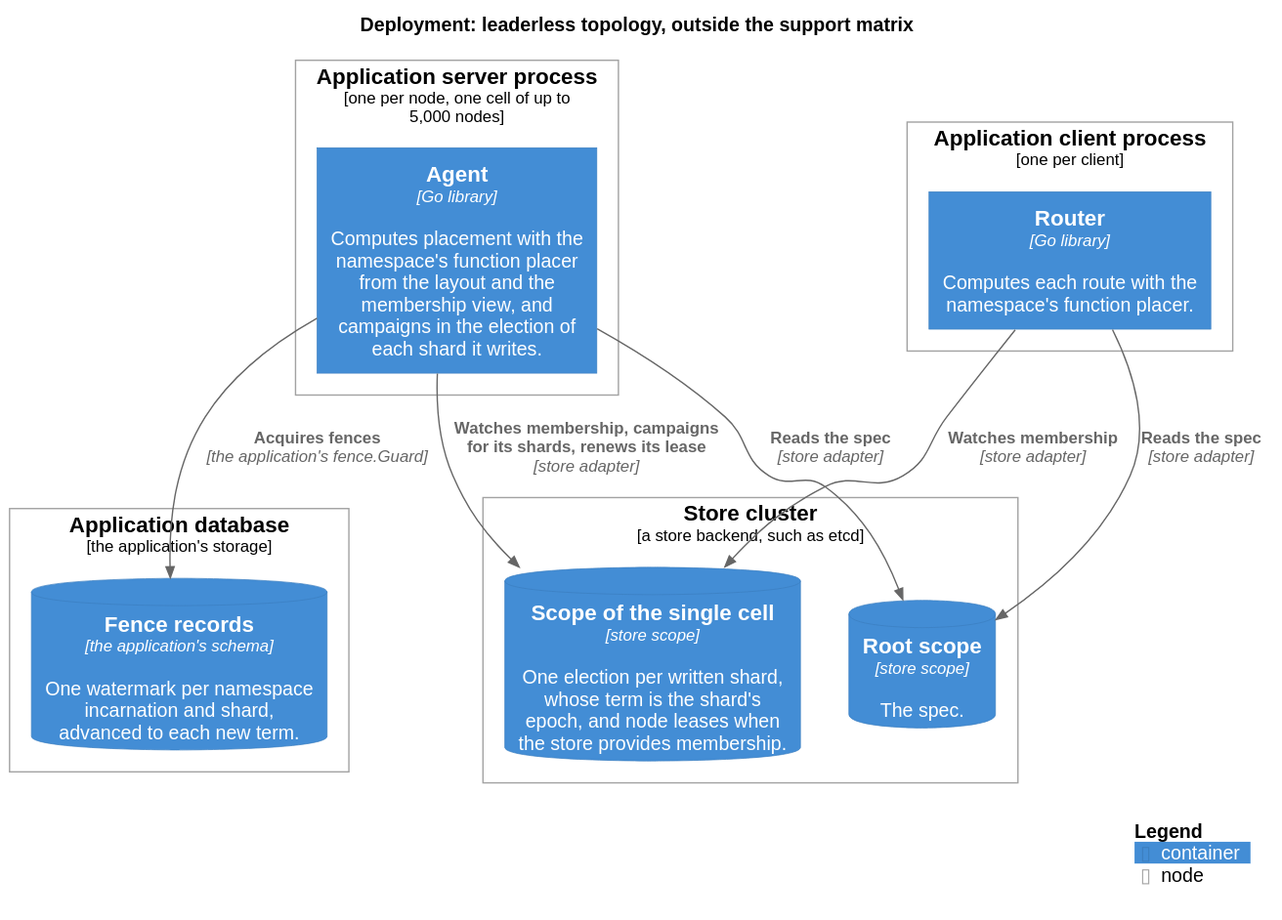
thesm-os/sharder keeps this PlantUML diagram as docs/c4/deployment/leaderless.svg. Above is the earlier version.
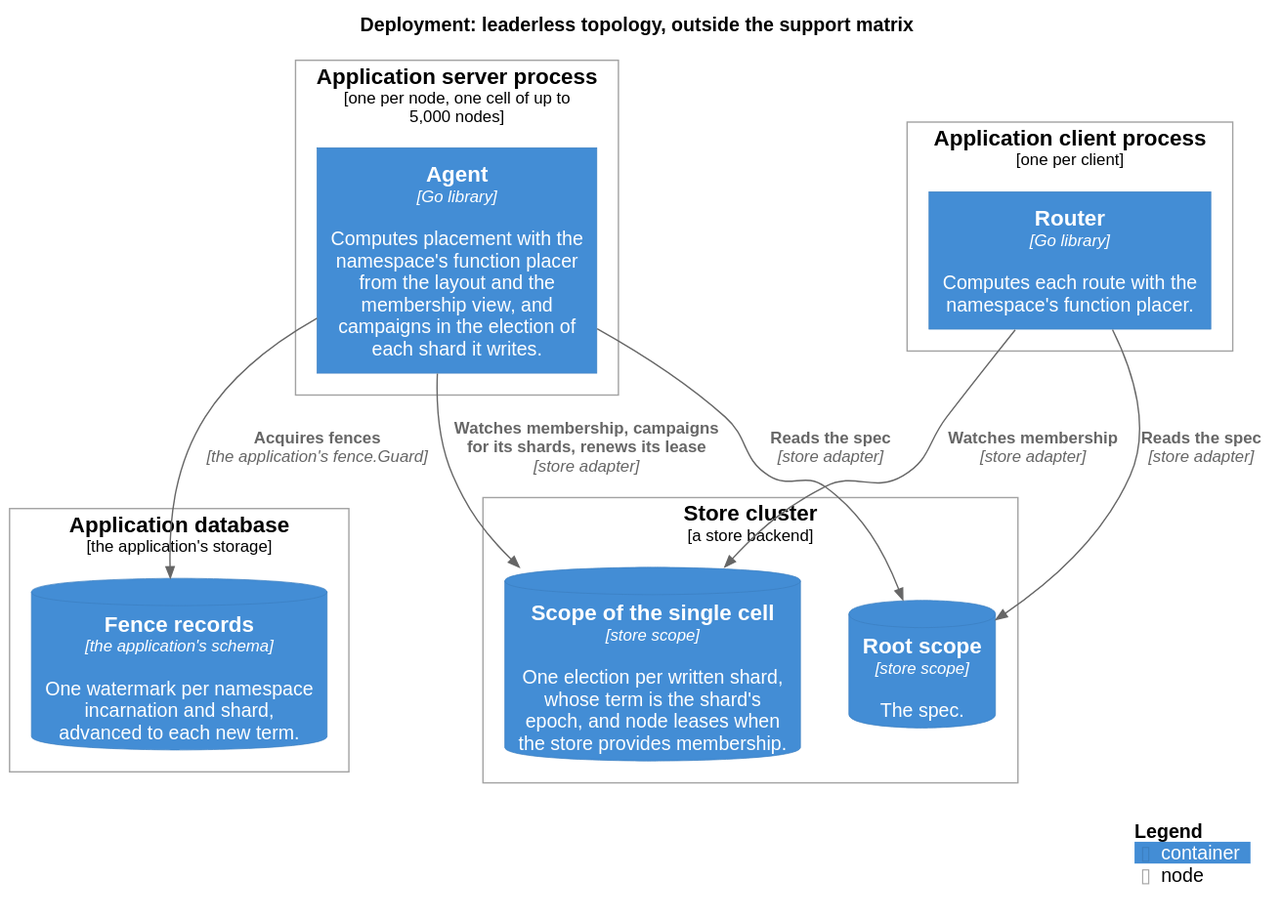
Above is the later version.

Change to the diagram source:
```diff
@@ -12,7 +12,7 @@
     Container(router, "Router", "Go library", "Computes each route with the namespace's function placer.")
 }
 
-Deployment_Node(storecluster, "Store cluster", "a store backend, such as etcd") {
+Deployment_Node(storecluster, "Store cluster", "a store backend") {
     ContainerDb(root, "Root scope", "store scope", "The spec.")
     ContainerDb(cell, "Scope of the single cell", "store scope", "One election per written shard, whose term is the shard's epoch, and node leases when the store provides membership.")
 }
```
